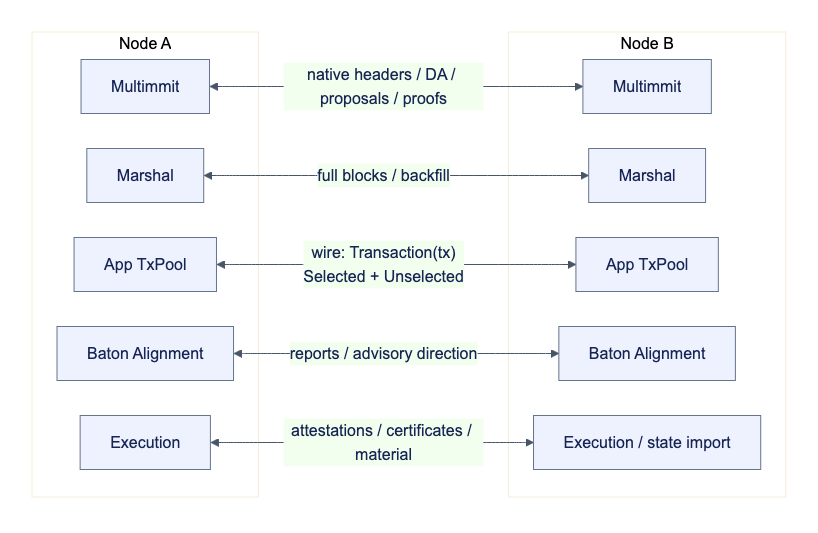
Above: docs/assets/diagrams/diagram-33.png in djm07073/baton (Mermaid), before the change. Its source is kept beside it as docs/assets/diagrams/diagram-33.mmd.
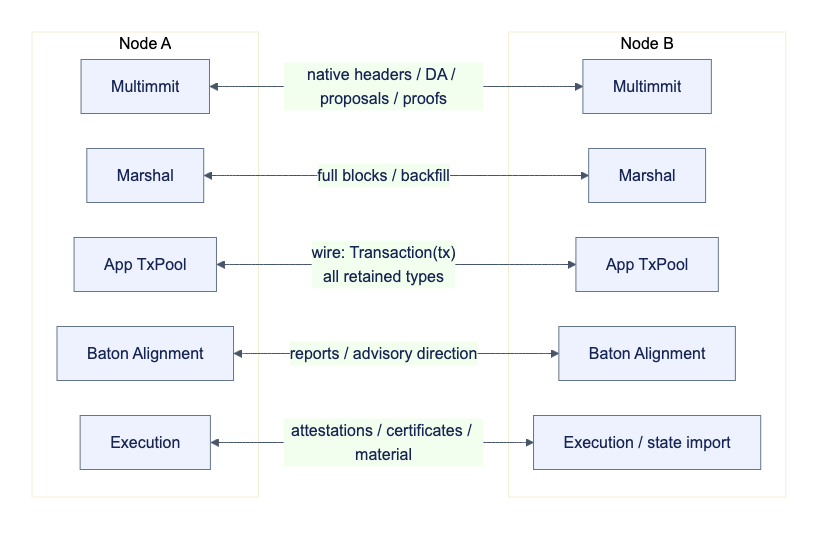
The same diagram one commit later.

What changed in the source:
```diff
@@ -15,6 +15,6 @@
     end
     N1 <-->|"native headers / DA / proposals / proofs"| N2
     M1 <-->|"full blocks / backfill"| M2
-    P1 <-->|"wire: Transaction(tx)<br/>Selected + Unselected"| P2
+    P1 <-->|"wire: Transaction(tx)<br/>all retained types"| P2
     B1 <-->|"reports / advisory direction"| B2
     E1 <-->|"attestations / certificates / material"| E2
```
